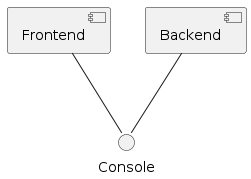
Above: Connect4/oop-js-functions/UML/images/component-diagram.png in BernatQI/Master-Programacion-Diseno-Software (PlantUML), before the change. The source it was exported from:
```plantuml
@startuml "Component Diagram"

component Frontend
component Backend

interface Console

Frontend -- Console
Backend -- Console

@enduml
```
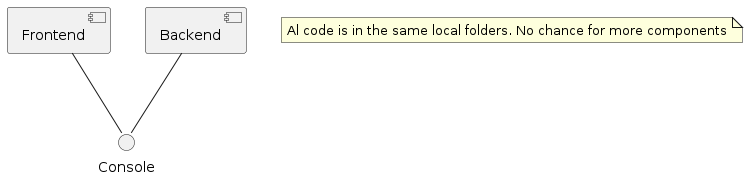
After the commit.

Commit message:
State diagram

The edit, as a diff of the source:
```diff
@@ -8,4 +8,6 @@
 Frontend -- Console
 Backend -- Console
 
+note "Al code is in the same local folders. No chance for more components" as N1
+
 @enduml
```
